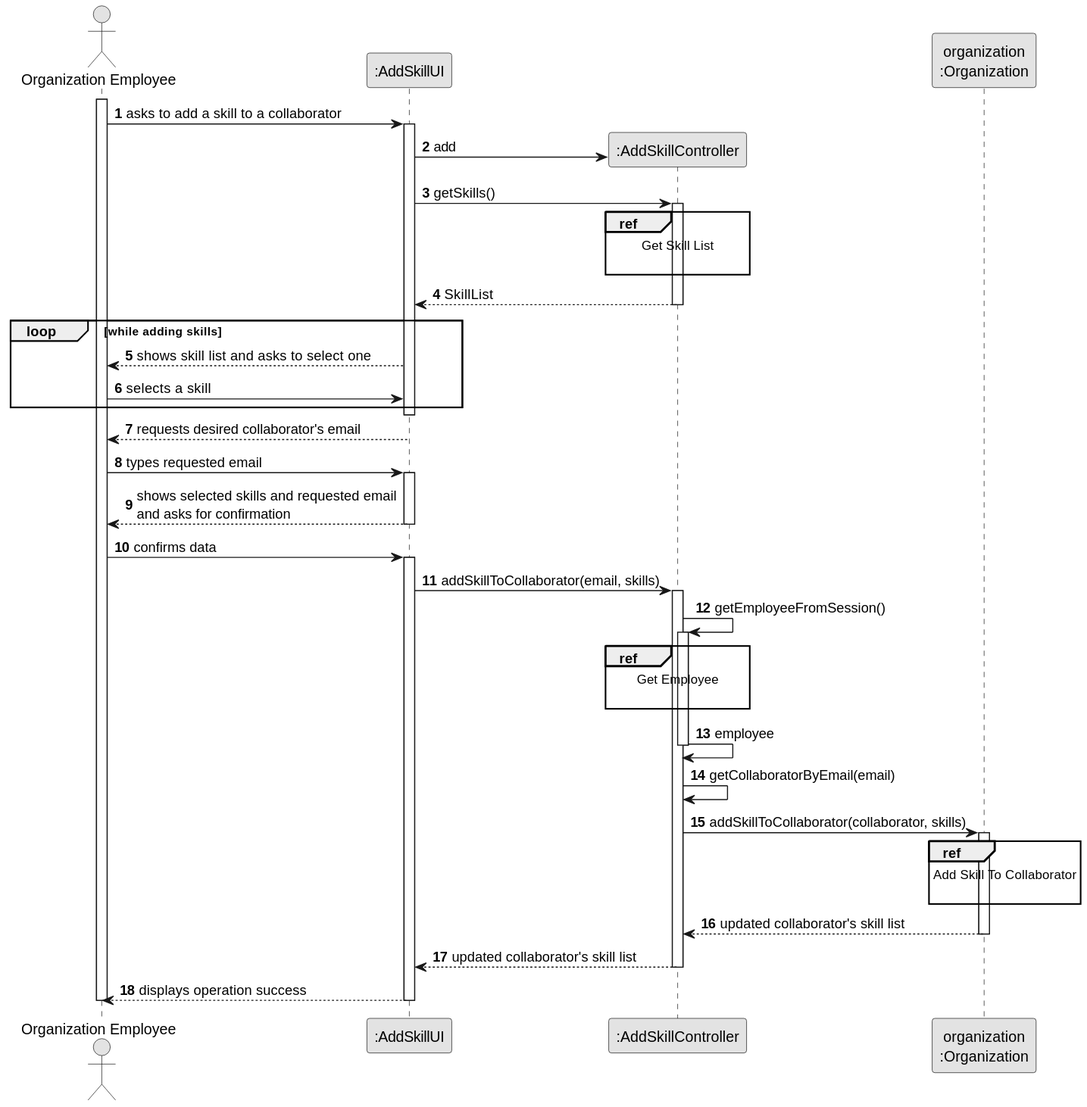
RicardoMorim/lapr2-ISEP-Project keeps this PlantUML diagram as docs/sprintB/us004/03.design/svg/us004-sequence-diagram-split.svg. Above is the earlier version.
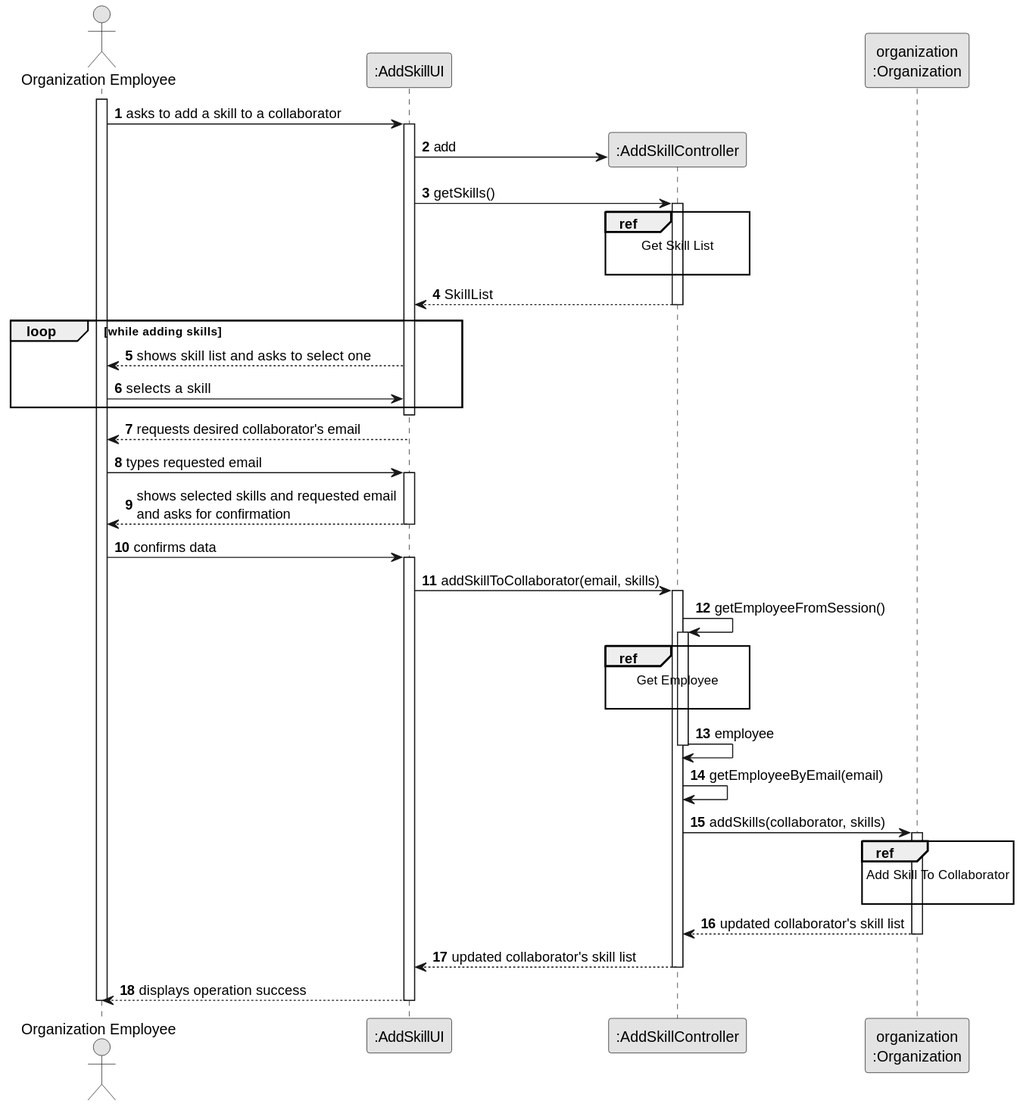
The same file after the commit.

The edit, as a diff of the source:
```diff
@@ -62,9 +62,9 @@
                 CTRL -> CTRL : employee
             deactivate CTRL
 
-            CTRL -> CTRL : getCollaboratorByEmail(email)
+            CTRL -> CTRL : getEmployeeByEmail(email)
 
-            CTRL -> ORG: addSkillToCollaborator(collaborator, skills)
+            CTRL -> ORG: addSkills(collaborator, skills)
             activate ORG
 
                 ref over ORG
```
